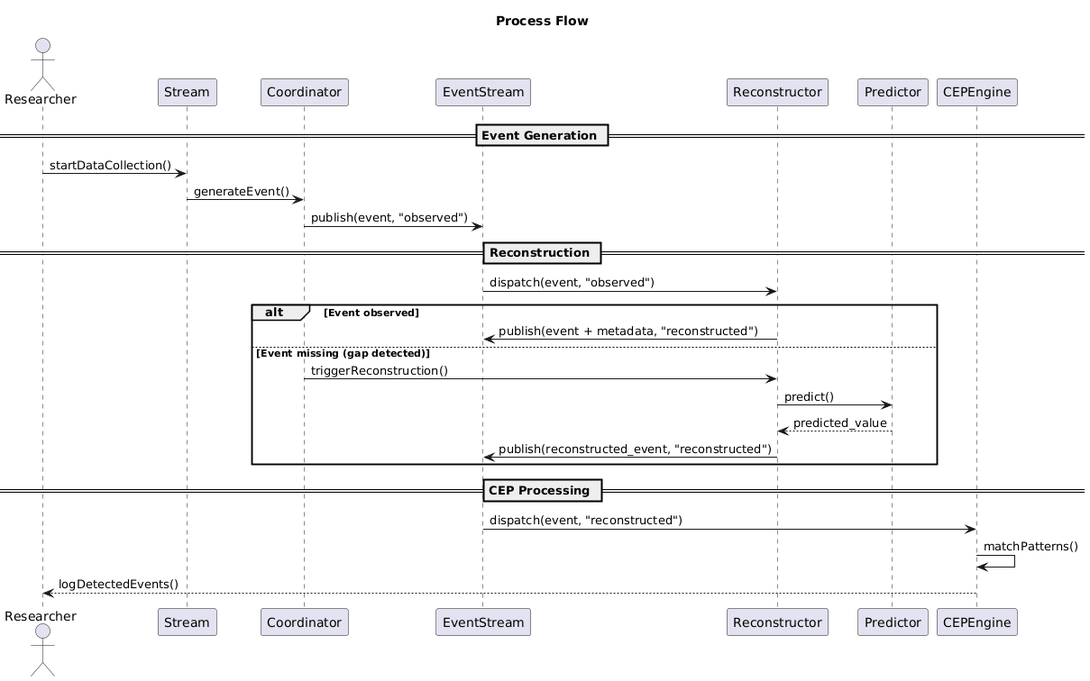
The PlantUML diagram Feyi_s_Official_Thesis__Current_Version/figures/Architecture/Sequence Diagram.png in faith176/sots_kalman_filters, before a commit.
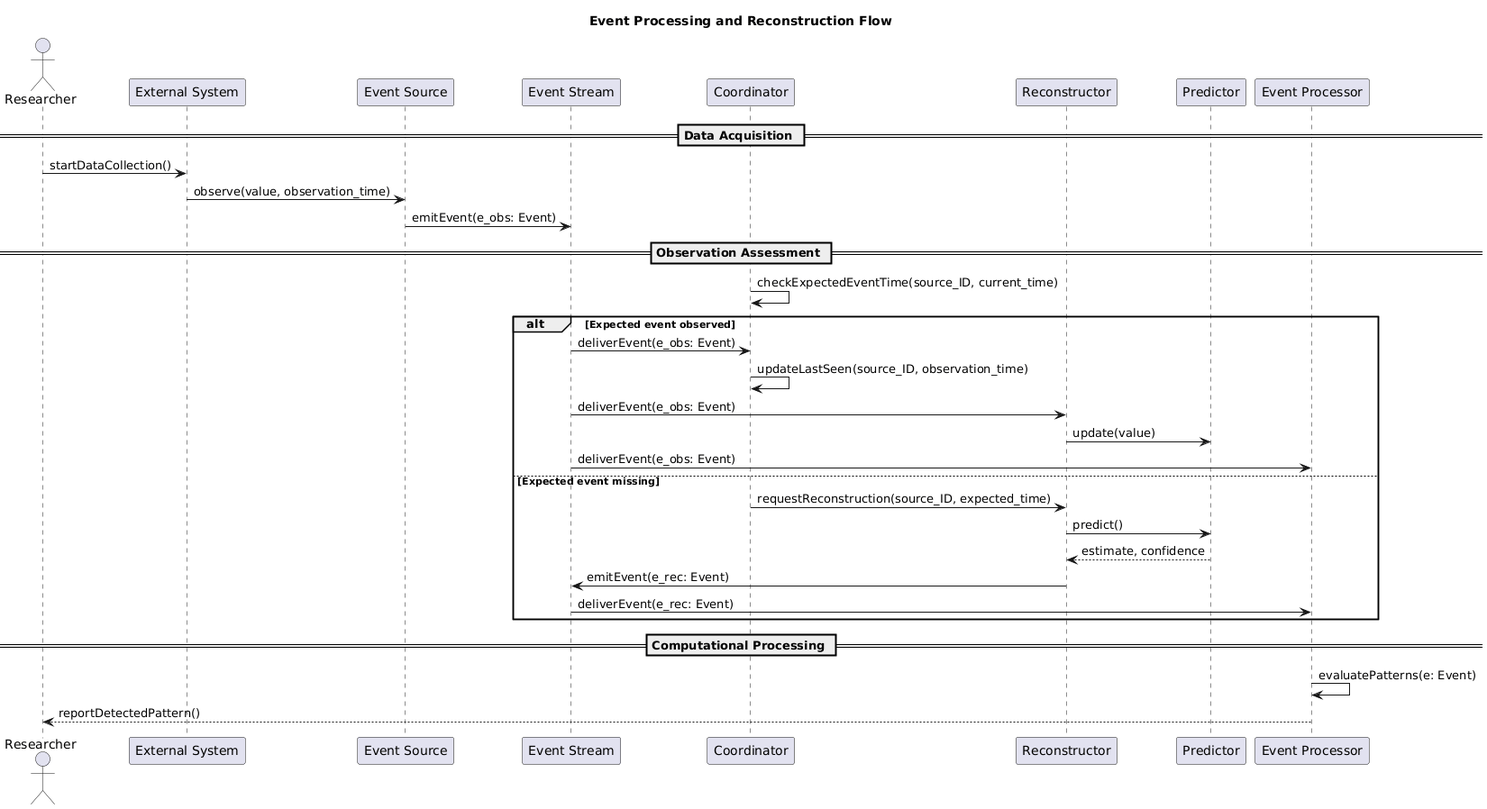
After the change.

Diff of the diagram source:
```diff
@@ -1,34 +1,43 @@
 @startuml
-title Process Flow
+title Event Processing and Reconstruction Flow
 
 actor Researcher
 
-participant Stream
-participant Coordinator
-participant EventStream
-participant Reconstructor
-participant Predictor
-participant CEPEngine
+participant "External System" as Ext
+participant "Event Source" as Src
+participant "Event Stream" as ES
+participant "Coordinator" as Coor
+participant "Reconstructor" as Recon
+participant "Predictor" as Pred
+participant "Event Processor" as CEP
 
-== Event Generation ==
-Researcher -> Stream: startDataCollection()
-Stream -> Coordinator: generateEvent()
-Coordinator -> EventStream: publish(event, "observed")
+== Data Acquisition ==
+Researcher -> Ext: startDataCollection()
+Ext -> Src: observe(value, observation_time)
+Src -> ES: emitEvent(e_obs: Event)
 
-== Reconstruction ==
-EventStream -> Reconstructor: dispatch(event, "observed")
+== Observation Assessment ==
+Coor -> Coor: checkExpectedEventTime(source_ID, current_time)
 
-alt Event observed
-    Reconstructor -> EventStream: publish(event + metadata, "reconstructed")
-else Event missing (gap detected)
-    Coordinator -> Reconstructor: triggerReconstruction()
-    Reconstructor -> Predictor: predict()
-    Predictor --> Reconstructor: predicted_value
-    Reconstructor -> EventStream: publish(reconstructed_event, "reconstructed")
+alt Expected event observed
+    ES -> Coor: deliverEvent(e_obs: Event)
+    Coor -> Coor: updateLastSeen(source_ID, observation_time)
+
+    ES -> Recon: deliverEvent(e_obs: Event)
+    Recon -> Pred: update(value)
+
+    ES -> CEP: deliverEvent(e_obs: Event)
+
+else Expected event missing
+    Coor -> Recon: requestReconstruction(source_ID, expected_time)
+    Recon -> Pred: predict()
+    Pred --> Recon: estimate, confidence
+    Recon -> ES: emitEvent(e_rec: Event)
+
+    ES -> CEP: deliverEvent(e_rec: Event)
 end
 
-== CEP Processing ==
-EventStream -> CEPEngine: dispatch(event, "reconstructed")
-CEPEngine -> CEPEngine: matchPatterns()
-CEPEngine --> Researcher: logDetectedEvents()
+== Computational Processing ==
+CEP -> CEP: evaluatePatterns(e: Event)
+CEP --> Researcher: reportDetectedPattern()
 @enduml
```
